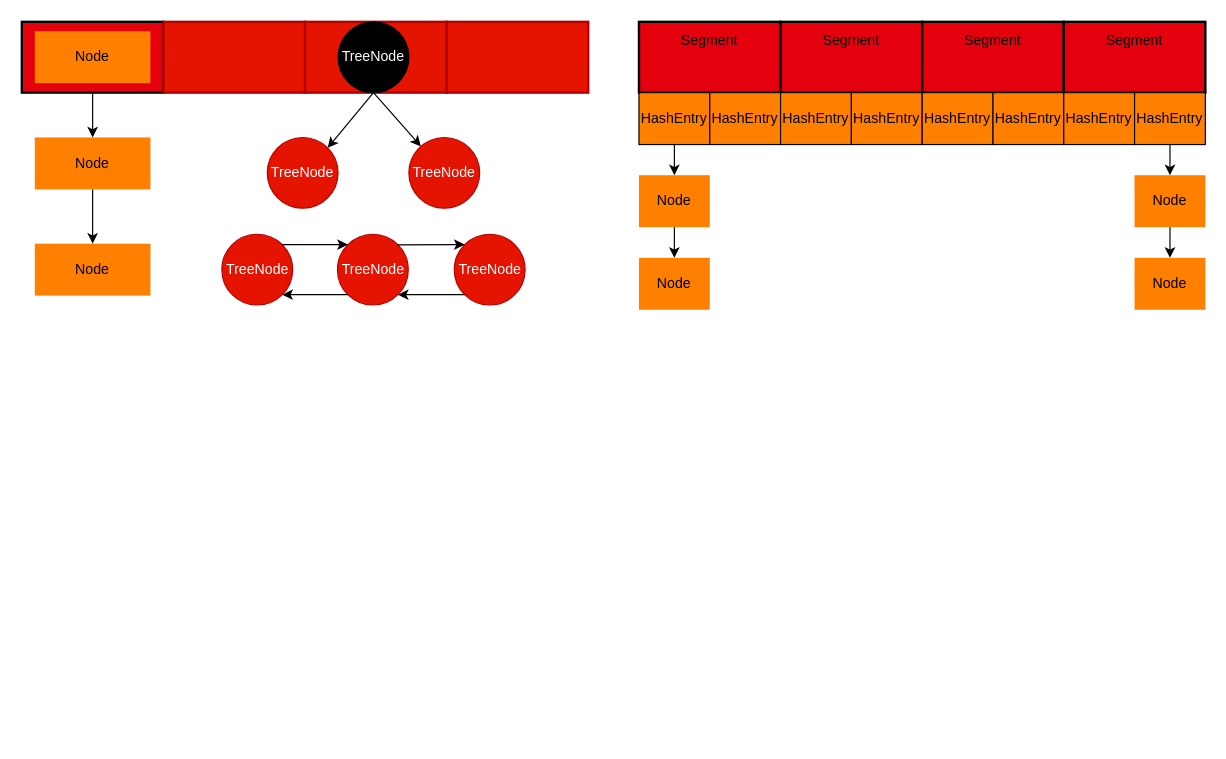
qhdxqxx/diagram keeps this draw.io diagram as hashmap.drawio. Above is the earlier version. Source tidied: cells renumbered, new cells numbered last; positions are measured from the earlier drawing's top-left corner, leaving out a move shared by most shapes. Both pictures are drawn from the tidied source at 118%, with x=0, y=0 at pixel (21, 21).
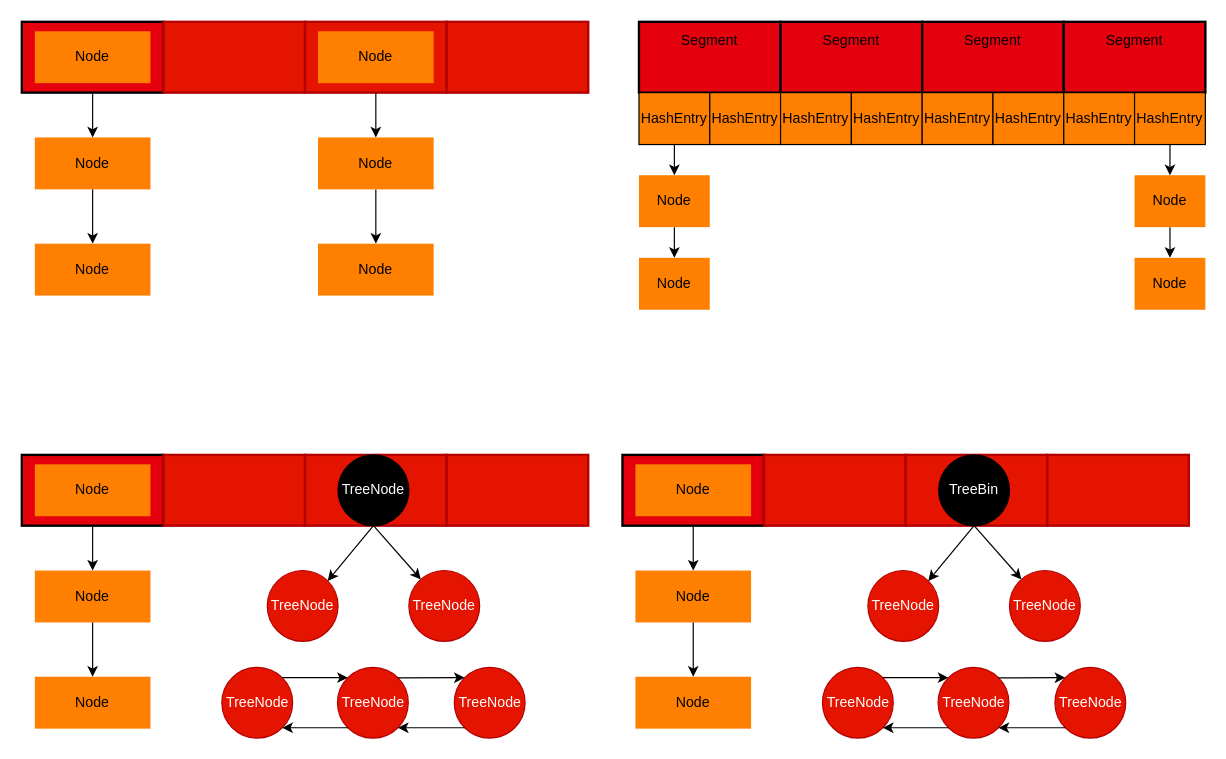
Above is the later version.

Change to the diagram source:
```diff
@@
+    <mxCell id="43" style="rounded=0;whiteSpace=wrap;html=1;gradientColor=none;fillColor=#E5000D;strokeWidth=2;" parent="1" vertex="1">
+      <mxGeometry y="367" width="120" height="60" as="geometry" />
+    </mxCell>
+    <mxCell id="44" style="rounded=0;whiteSpace=wrap;html=1;fillColor=#e51400;strokeColor=#B20000;fontColor=#ffffff;strokeWidth=2;" parent="1" vertex="1">
+      <mxGeometry x="120" y="367" width="120" height="60" as="geometry" />
+    </mxCell>
+    <mxCell id="45" style="rounded=0;whiteSpace=wrap;html=1;fillColor=#e51400;strokeColor=#B20000;fontColor=#ffffff;strokeWidth=2;" parent="1" vertex="1">
+      <mxGeometry x="240" y="367" width="120" height="60" as="geometry" />
+    </mxCell>
+    <mxCell id="46" style="rounded=0;whiteSpace=wrap;html=1;fillColor=#e51400;strokeColor=#B20000;fontColor=#ffffff;strokeWidth=2;" parent="1" vertex="1">
+      <mxGeometry x="360" y="367" width="120" height="60" as="geometry" />
+    </mxCell>
+    <mxCell id="47" value="Node" style="rounded=0;whiteSpace=wrap;html=1;strokeWidth=1;fillColor=#FF7F00;gradientColor=none;strokeColor=none;" parent="1" vertex="1">
+      <mxGeometry x="11" y="375" width="98" height="44" as="geometry" />
+    </mxCell>
+    <mxCell id="48" value="Node" style="rounded=0;whiteSpace=wrap;html=1;strokeWidth=1;fillColor=#FF7F00;gradientColor=none;strokeColor=none;" parent="1" vertex="1">
+      <mxGeometry x="11" y="465" width="98" height="44" as="geometry" />
+    </mxCell>
+    <mxCell id="49" value="Node" style="rounded=0;whiteSpace=wrap;html=1;strokeWidth=1;fillColor=#FF7F00;gradientColor=none;strokeColor=none;" parent="1" vertex="1">
+      <mxGeometry x="11" y="555" width="98" height="44" as="geometry" />
+    </mxCell>
+    <mxCell id="50" style="endArrow=classic;html=1;exitX=0.5;exitY=1;exitDx=0;exitDy=0;entryX=0.5;entryY=0;entryDx=0;entryDy=0;rounded=1;" parent="1" edge="1" source="43" target="48">
+      <mxGeometry relative="1" as="geometry" />
+    </mxCell>
+    <mxCell id="51" style="endArrow=classic;html=1;exitX=0.5;exitY=1;exitDx=0;exitDy=0;entryX=0.5;entryY=0;entryDx=0;entryDy=0;" parent="1" edge="1" source="48" target="49">
+      <mxGeometry relative="1" as="geometry" />
+    </mxCell>
     <mxCell id="31" value="&lt;font color=&quot;#ffffff&quot;&gt;TreeNode&lt;/font&gt;" style="ellipse;whiteSpace=wrap;html=1;fillColor=#000000;" parent="1" vertex="1">
-      <mxGeometry x="268" width="60" height="60" as="geometry" />
+      <mxGeometry x="268" y="367" width="60" height="60" as="geometry" />
     </mxCell>
-    <mxCell id="32" value="&lt;font color=&quot;#ffffff&quot;&gt;TreeNode&lt;/font&gt;" style="ellipse;whiteSpace=wrap;html=1;fillColor=#e51400;strokeColor=#B20000;fontColor=#ffffff;" parent="1" vertex="1">
-      <mxGeometry x="208" y="98" width="60" height="60" as="geometry" />
-    </mxCell>
-    <mxCell id="33" value="&lt;font color=&quot;#ffffff&quot;&gt;TreeNode&lt;/font&gt;" style="ellipse;whiteSpace=wrap;html=1;fillColor=#e51400;strokeColor=#B20000;fontColor=#ffffff;" parent="1" vertex="1">
-      <mxGeometry x="328" y="98" width="60" height="60" as="geometry" />
-    </mxCell>
-    <mxCell id="34" style="endArrow=classic;html=1;exitX=0.5;exitY=1;exitDx=0;exitDy=0;entryX=1;entryY=0;entryDx=0;entryDy=0;" parent="1" edge="1" source="31" target="32">
-      <mxGeometry relative="1" as="geometry" />
-    </mxCell>
-    <mxCell id="35" style="endArrow=classic;html=1;exitX=0.5;exitY=1;exitDx=0;exitDy=0;" parent="1" edge="1" source="31" target="33">
-      <mxGeometry relative="1" as="geometry" />
-    </mxCell>
-    <mxCell id="36" value="&lt;font color=&quot;#ffffff&quot;&gt;TreeNode&lt;/font&gt;" style="ellipse;whiteSpace=wrap;html=1;fillColor=#e51400;strokeColor=#B20000;fontColor=#ffffff;" parent="1" vertex="1">
-      <mxGeometry x="169.5" y="180" width="60" height="60" as="geometry" />
-    </mxCell>
-    <mxCell id="37" value="&lt;font color=&quot;#ffffff&quot;&gt;TreeNode&lt;/font&gt;" style="ellipse;whiteSpace=wrap;html=1;fillColor=#e51400;strokeColor=#B20000;fontColor=#ffffff;" parent="1" vertex="1">
-      <mxGeometry x="267.5" y="180" width="60" height="60" as="geometry" />
-    </mxCell>
-    <mxCell id="38" value="&lt;font color=&quot;#ffffff&quot;&gt;TreeNode&lt;/font&gt;" style="ellipse;whiteSpace=wrap;html=1;fillColor=#e51400;strokeColor=#B20000;fontColor=#ffffff;" parent="1" vertex="1">
-      <mxGeometry x="366.5" y="180" width="60" height="60" as="geometry" />
-    </mxCell>
-    <mxCell id="39" style="endArrow=classic;html=1;exitX=1;exitY=0;exitDx=0;exitDy=0;entryX=0;entryY=0;entryDx=0;entryDy=0;" parent="1" edge="1" source="36" target="37">
-      <mxGeometry relative="1" as="geometry" />
-    </mxCell>
-    <mxCell id="40" style="endArrow=classic;html=1;exitX=0;exitY=1;exitDx=0;exitDy=0;entryX=1;entryY=1;entryDx=0;entryDy=0;" parent="1" edge="1" source="37" target="36">
-      <mxGeometry relative="1" as="geometry" />
-    </mxCell>
-    <mxCell id="41" style="endArrow=classic;html=1;entryX=0;entryY=0;entryDx=0;entryDy=0;" parent="1" edge="1" target="38">
-      <mxGeometry relative="1" as="geometry">
-        <mxPoint x="318.5" y="189" as="sourcePoint" />
-      </mxGeometry>
-    </mxCell>
-    <mxCell id="42" style="endArrow=classic;html=1;exitX=0;exitY=1;exitDx=0;exitDy=0;entryX=1;entryY=1;entryDx=0;entryDy=0;" parent="1" edge="1" source="38" target="37">
-      <mxGeometry relative="1" as="geometry" />
-    </mxCell>
+    <mxCell id="52" value="&lt;font color=&quot;#ffffff&quot;&gt;TreeNode&lt;/font&gt;" style="ellipse;whiteSpace=wrap;html=1;fillColor=#e51400;strokeColor=#B20000;fontColor=#ffffff;" parent="1" vertex="1">
+      <mxGeometry x="208" y="465" width="60" height="60" as="geometry" />
+    </mxCell>
+    <mxCell id="53" value="&lt;font color=&quot;#ffffff&quot;&gt;TreeNode&lt;/font&gt;" style="ellipse;whiteSpace=wrap;html=1;fillColor=#e51400;strokeColor=#B20000;fontColor=#ffffff;" parent="1" vertex="1">
+      <mxGeometry x="328" y="465" width="60" height="60" as="geometry" />
+    </mxCell>
+    <mxCell id="54" style="endArrow=classic;html=1;exitX=0.5;exitY=1;exitDx=0;exitDy=0;entryX=1;entryY=0;entryDx=0;entryDy=0;" parent="1" edge="1" source="31" target="52">
+      <mxGeometry relative="1" as="geometry" />
+    </mxCell>
+    <mxCell id="55" style="endArrow=classic;html=1;exitX=0.5;exitY=1;exitDx=0;exitDy=0;" parent="1" edge="1" source="31" target="53">
+      <mxGeometry relative="1" as="geometry" />
+    </mxCell>
+    <mxCell id="56" value="&lt;font color=&quot;#ffffff&quot;&gt;TreeNode&lt;/font&gt;" style="ellipse;whiteSpace=wrap;html=1;fillColor=#e51400;strokeColor=#B20000;fontColor=#ffffff;" parent="1" vertex="1">
+      <mxGeometry x="169.5" y="547" width="60" height="60" as="geometry" />
+    </mxCell>
+    <mxCell id="57" value="&lt;font color=&quot;#ffffff&quot;&gt;TreeNode&lt;/font&gt;" style="ellipse;whiteSpace=wrap;html=1;fillColor=#e51400;strokeColor=#B20000;fontColor=#ffffff;" parent="1" vertex="1">
+      <mxGeometry x="267.5" y="547" width="60" height="60" as="geometry" />
+    </mxCell>
+    <mxCell id="58" value="&lt;font color=&quot;#ffffff&quot;&gt;TreeNode&lt;/font&gt;" style="ellipse;whiteSpace=wrap;html=1;fillColor=#e51400;strokeColor=#B20000;fontColor=#ffffff;" parent="1" vertex="1">
+      <mxGeometry x="366.5" y="547" width="60" height="60" as="geometry" />
+    </mxCell>
+    <mxCell id="59" style="endArrow=classic;html=1;exitX=1;exitY=0;exitDx=0;exitDy=0;entryX=0;entryY=0;entryDx=0;entryDy=0;" parent="1" edge="1" source="56" target="57">
+      <mxGeometry relative="1" as="geometry" />
+    </mxCell>
+    <mxCell id="60" style="endArrow=classic;html=1;exitX=0;exitY=1;exitDx=0;exitDy=0;entryX=1;entryY=1;entryDx=0;entryDy=0;" parent="1" edge="1" source="57" target="56">
+      <mxGeometry relative="1" as="geometry" />
+    </mxCell>
+    <mxCell id="61" style="endArrow=classic;html=1;entryX=0;entryY=0;entryDx=0;entryDy=0;" parent="1" edge="1" target="58">
+      <mxGeometry relative="1" as="geometry">
+        <mxPoint x="318.5" y="556" as="sourcePoint" />
+      </mxGeometry>
+    </mxCell>
+    <mxCell id="62" style="endArrow=classic;html=1;exitX=0;exitY=1;exitDx=0;exitDy=0;entryX=1;entryY=1;entryDx=0;entryDy=0;" parent="1" edge="1" source="58" target="57">
+      <mxGeometry relative="1" as="geometry" />
+    </mxCell>
+    <mxCell id="63" value="Node" style="rounded=0;whiteSpace=wrap;html=1;strokeWidth=1;fillColor=#FF7F00;gradientColor=none;strokeColor=none;" parent="1" vertex="1">
+      <mxGeometry x="251" y="8" width="98" height="44" as="geometry" />
+    </mxCell>
+    <mxCell id="64" style="endArrow=classic;html=1;exitX=0.5;exitY=1;exitDx=0;exitDy=0;entryX=0.5;entryY=0;entryDx=0;entryDy=0;rounded=1;" parent="1" edge="1" target="67">
+      <mxGeometry relative="1" as="geometry">
+        <mxPoint x="300" y="60" as="sourcePoint" />
+      </mxGeometry>
+    </mxCell>
+    <mxCell id="65" style="endArrow=classic;html=1;exitX=0.5;exitY=1;exitDx=0;exitDy=0;entryX=0.5;entryY=0;entryDx=0;entryDy=0;" parent="1" edge="1" source="67" target="66">
+      <mxGeometry relative="1" as="geometry" />
+    </mxCell>
+    <mxCell id="66" value="Node" style="rounded=0;whiteSpace=wrap;html=1;strokeWidth=1;fillColor=#FF7F00;gradientColor=none;strokeColor=none;" parent="1" vertex="1">
+      <mxGeometry x="251" y="188" width="98" height="44" as="geometry" />
+    </mxCell>
+    <mxCell id="67" value="Node" style="rounded=0;whiteSpace=wrap;html=1;strokeWidth=1;fillColor=#FF7F00;gradientColor=none;strokeColor=none;" parent="1" vertex="1">
+      <mxGeometry x="251" y="98" width="98" height="44" as="geometry" />
+    </mxCell>
+    <mxCell id="68" style="rounded=0;whiteSpace=wrap;html=1;gradientColor=none;fillColor=#E5000D;strokeWidth=2;" parent="1" vertex="1">
+      <mxGeometry x="509" y="367" width="120" height="60" as="geometry" />
+    </mxCell>
+    <mxCell id="69" style="rounded=0;whiteSpace=wrap;html=1;fillColor=#e51400;strokeColor=#B20000;fontColor=#ffffff;strokeWidth=2;" parent="1" vertex="1">
+      <mxGeometry x="629" y="367" width="120" height="60" as="geometry" />
+    </mxCell>
+    <mxCell id="70" style="rounded=0;whiteSpace=wrap;html=1;fillColor=#e51400;strokeColor=#B20000;fontColor=#ffffff;strokeWidth=2;" parent="1" vertex="1">
+      <mxGeometry x="749" y="367" width="120" height="60" as="geometry" />
+    </mxCell>
+    <mxCell id="71" style="rounded=0;whiteSpace=wrap;html=1;fillColor=#e51400;strokeColor=#B20000;fontColor=#ffffff;strokeWidth=2;" parent="1" vertex="1">
+      <mxGeometry x="869" y="367" width="120" height="60" as="geometry" />
+    </mxCell>
+    <mxCell id="72" value="Node" style="rounded=0;whiteSpace=wrap;html=1;strokeWidth=1;fillColor=#FF7F00;gradientColor=none;strokeColor=none;" parent="1" vertex="1">
+      <mxGeometry x="520" y="375" width="98" height="44" as="geometry" />
+    </mxCell>
+    <mxCell id="73" value="Node" style="rounded=0;whiteSpace=wrap;html=1;strokeWidth=1;fillColor=#FF7F00;gradientColor=none;strokeColor=none;" parent="1" vertex="1">
+      <mxGeometry x="520" y="465" width="98" height="44" as="geometry" />
+    </mxCell>
+    <mxCell id="74" value="Node" style="rounded=0;whiteSpace=wrap;html=1;strokeWidth=1;fillColor=#FF7F00;gradientColor=none;strokeColor=none;" parent="1" vertex="1">
+      <mxGeometry x="520" y="555" width="98" height="44" as="geometry" />
+    </mxCell>
+    <mxCell id="75" style="endArrow=classic;html=1;exitX=0.5;exitY=1;exitDx=0;exitDy=0;entryX=0.5;entryY=0;entryDx=0;entryDy=0;rounded=1;" parent="1" edge="1" source="68" target="73">
+      <mxGeometry relative="1" as="geometry" />
+    </mxCell>
+    <mxCell id="76" style="endArrow=classic;html=1;exitX=0.5;exitY=1;exitDx=0;exitDy=0;entryX=0.5;entryY=0;entryDx=0;entryDy=0;" parent="1" edge="1" source="73" target="74">
+      <mxGeometry relative="1" as="geometry" />
+    </mxCell>
+    <mxCell id="77" value="&lt;font color=&quot;#ffffff&quot;&gt;TreeBin&lt;/font&gt;" style="ellipse;whiteSpace=wrap;html=1;fillColor=#000000;" parent="1" vertex="1">
+      <mxGeometry x="777" y="367" width="60" height="60" as="geometry" />
+    </mxCell>
+    <mxCell id="78" value="&lt;font color=&quot;#ffffff&quot;&gt;TreeNode&lt;/font&gt;" style="ellipse;whiteSpace=wrap;html=1;fillColor=#e51400;strokeColor=#B20000;fontColor=#ffffff;" parent="1" vertex="1">
+      <mxGeometry x="717" y="465" width="60" height="60" as="geometry" />
+    </mxCell>
+    <mxCell id="79" value="&lt;font color=&quot;#ffffff&quot;&gt;TreeNode&lt;/font&gt;" style="ellipse;whiteSpace=wrap;html=1;fillColor=#e51400;strokeColor=#B20000;fontColor=#ffffff;" parent="1" vertex="1">
+      <mxGeometry x="837" y="465" width="60" height="60" as="geometry" />
+    </mxCell>
+    <mxCell id="80" style="endArrow=classic;html=1;exitX=0.5;exitY=1;exitDx=0;exitDy=0;entryX=1;entryY=0;entryDx=0;entryDy=0;" parent="1" edge="1" source="77" target="78">
+      <mxGeometry relative="1" as="geometry" />
+    </mxCell>
+    <mxCell id="81" style="endArrow=classic;html=1;exitX=0.5;exitY=1;exitDx=0;exitDy=0;" parent="1" edge="1" source="77" target="79">
+      <mxGeometry relative="1" as="geometry" />
+    </mxCell>
+    <mxCell id="82" value="&lt;font color=&quot;#ffffff&quot;&gt;TreeNode&lt;/font&gt;" style="ellipse;whiteSpace=wrap;html=1;fillColor=#e51400;strokeColor=#B20000;fontColor=#ffffff;" parent="1" vertex="1">
+      <mxGeometry x="678.5" y="547" width="60" height="60" as="geometry" />
+    </mxCell>
+    <mxCell id="83" value="&lt;font color=&quot;#ffffff&quot;&gt;TreeNode&lt;/font&gt;" style="ellipse;whiteSpace=wrap;html=1;fillColor=#e51400;strokeColor=#B20000;fontColor=#ffffff;" parent="1" vertex="1">
+      <mxGeometry x="776.5" y="547" width="60" height="60" as="geometry" />
+    </mxCell>
+    <mxCell id="84" value="&lt;font color=&quot;#ffffff&quot;&gt;TreeNode&lt;/font&gt;" style="ellipse;whiteSpace=wrap;html=1;fillColor=#e51400;strokeColor=#B20000;fontColor=#ffffff;" parent="1" vertex="1">
+      <mxGeometry x="875.5" y="547" width="60" height="60" as="geometry" />
+    </mxCell>
+    <mxCell id="85" style="endArrow=classic;html=1;exitX=1;exitY=0;exitDx=0;exitDy=0;entryX=0;entryY=0;entryDx=0;entryDy=0;" parent="1" edge="1" source="82" target="83">
+      <mxGeometry relative="1" as="geometry" />
+    </mxCell>
+    <mxCell id="86" style="endArrow=classic;html=1;exitX=0;exitY=1;exitDx=0;exitDy=0;entryX=1;entryY=1;entryDx=0;entryDy=0;" parent="1" edge="1" source="83" target="82">
+      <mxGeometry relative="1" as="geometry" />
+    </mxCell>
+    <mxCell id="87" style="endArrow=classic;html=1;entryX=0;entryY=0;entryDx=0;entryDy=0;" parent="1" edge="1" target="84">
+      <mxGeometry relative="1" as="geometry">
+        <mxPoint x="827.5" y="556" as="sourcePoint" />
+      </mxGeometry>
+    </mxCell>
+    <mxCell id="88" style="endArrow=classic;html=1;exitX=0;exitY=1;exitDx=0;exitDy=0;entryX=1;entryY=1;entryDx=0;entryDy=0;" parent="1" edge="1" source="84" target="83">
+      <mxGeometry relative="1" as="geometry" />
+    </mxCell>
```
